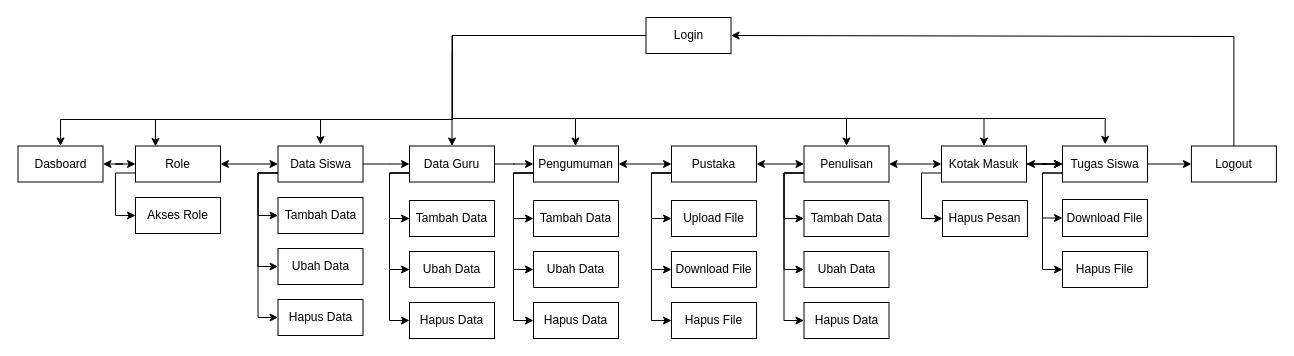
Earlier version of the draw.io diagram page "Page-3" (3 of 4) of Untitled Diagram.drawio (aldonicolaz/siakad-petrus). Source tidied: cells renumbered, new cells numbered last; positions are measured from the earlier drawing's top-left corner, leaving out a move shared by most shapes. Both pictures are drawn from the tidied source at 100%, with x=0, y=0 at pixel (18, 17).
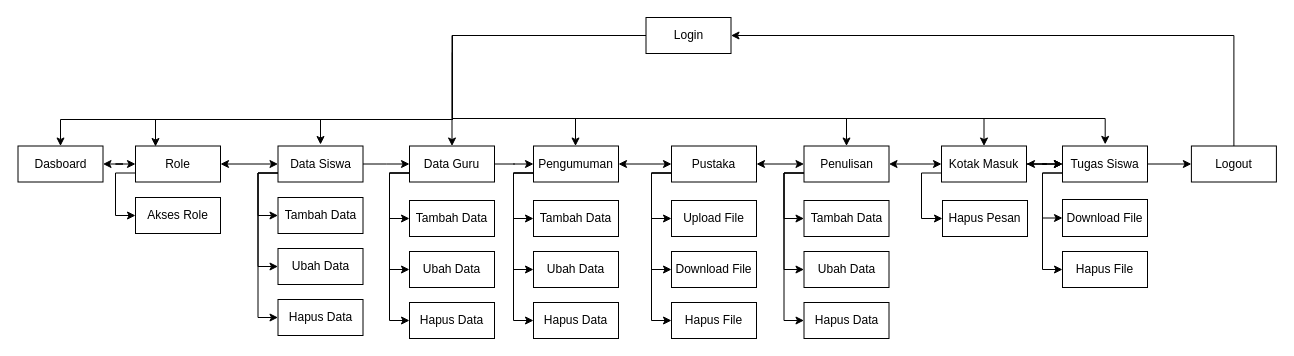
The same page after the edit.

The change refers to these unchanged cells:
```xml
<mxCell id="10" value="Login&lt;br&gt;" style="rounded=0;whiteSpace=wrap;html=1;strokeWidth=1;" parent="1" vertex="1">
  <mxGeometry x="627.5" width="85" height="36" as="geometry" />
</mxCell>
<mxCell id="70" value="Logout" style="rounded=0;whiteSpace=wrap;html=1;strokeWidth=1;" parent="1" vertex="1">
  <mxGeometry x="1172.9" y="128.5" width="85" height="36" as="geometry" />
</mxCell>
```

The edit, as a diff of the source:
```diff
@@
-    <mxCell id="69" style="edgeStyle=orthogonalEdgeStyle;rounded=0;jettySize=auto;html=1;entryX=1;entryY=0.5;entryDx=0;entryDy=0;startArrow=none;startFill=0;strokeWidth=1;" parent="1" edge="1" source="70" target="10">
+    <mxCell id="69" style="edgeStyle=orthogonalEdgeStyle;rounded=0;jettySize=auto;html=1;entryX=1;entryY=0.5;entryDx=0;entryDy=0;" parent="1" edge="1" source="70" target="10">
       <mxGeometry relative="1" as="geometry">
         <Array as="points">
-          <mxPoint x="1215" y="19" />
+          <mxPoint x="1215" y="18" />
         </Array>
       </mxGeometry>
     </mxCell>
```
